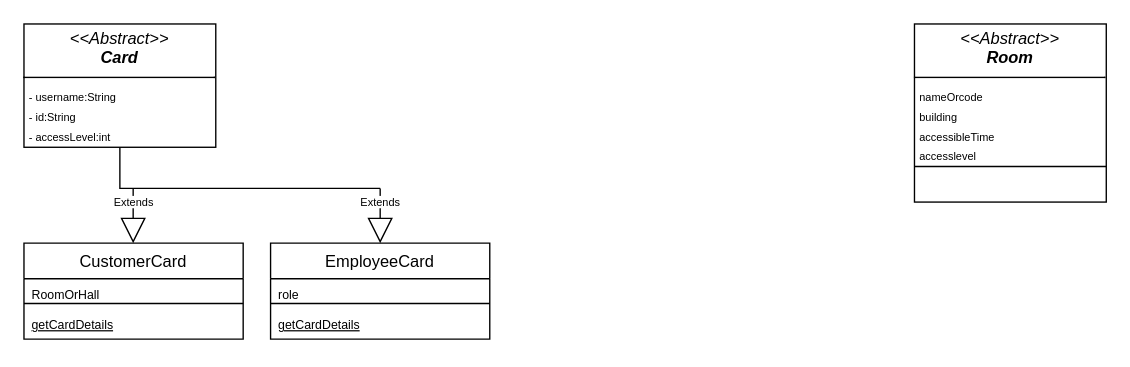
Earlier version of the draw.io diagram Untitled Diagram.drawio (angelalemo/DII-GEN6-CompoundSEC). Source tidied: cells renumbered, new cells numbered last; positions are measured from the earlier drawing's top-left corner, leaving out a move shared by most shapes. Both pictures are drawn from the tidied source at 137%, with x=0, y=0 at pixel (23, 23).
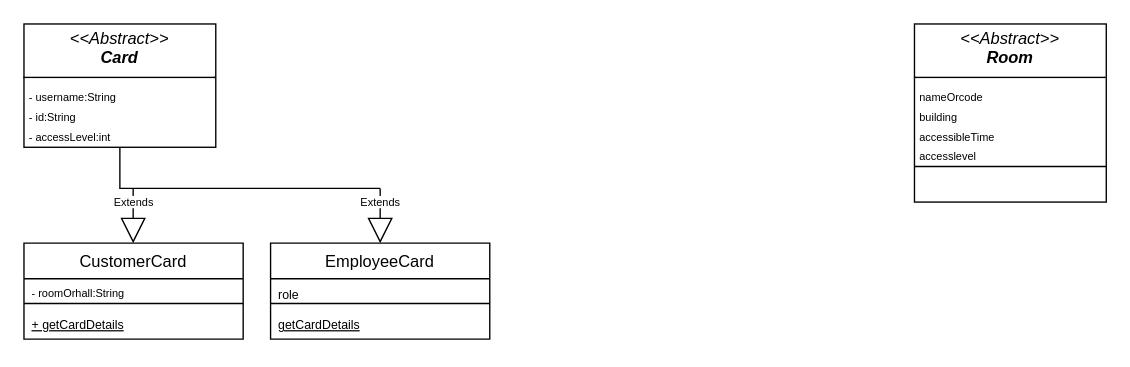
After the change.

The change refers to these unchanged cells:
```xml
<mxCell id="2" value="CustomerCard" style="swimlane;fontStyle=0;align=center;verticalAlign=top;horizontal=1;startSize=26;rounded=0;shadow=0;strokeWidth=1;" parent="1" vertex="1">
  <mxGeometry y="160" width="160" height="70" as="geometry" />
</mxCell>
```

What changed in the source:
```diff
@@
-    <mxCell id="3" value="RoomOrHall" style="text;align=left;verticalAlign=top;spacingLeft=4;spacingRight=4;overflow=hidden;rounded=0;shadow=0;html=0;fontSize=9;" parent="2" vertex="1">
+    <mxCell id="3" value="- roomOrhall:String" style="text;align=left;verticalAlign=top;spacingLeft=4;spacingRight=4;overflow=hidden;rounded=0;shadow=0;html=0;fontSize=8;" parent="2" vertex="1">
       <mxGeometry y="26" width="160" height="14" as="geometry" />
     </mxCell>
@@
-    <mxCell id="5" value="getCardDetails" style="text;align=left;verticalAlign=top;spacingLeft=4;spacingRight=4;overflow=hidden;fontStyle=4;fontSize=9;" parent="2" vertex="1">
+    <mxCell id="5" value="+ getCardDetails" style="text;align=left;verticalAlign=top;spacingLeft=4;spacingRight=4;overflow=hidden;fontStyle=4;fontSize=9;" parent="2" vertex="1">
       <mxGeometry y="48" width="160" height="12" as="geometry" />
     </mxCell>
```
